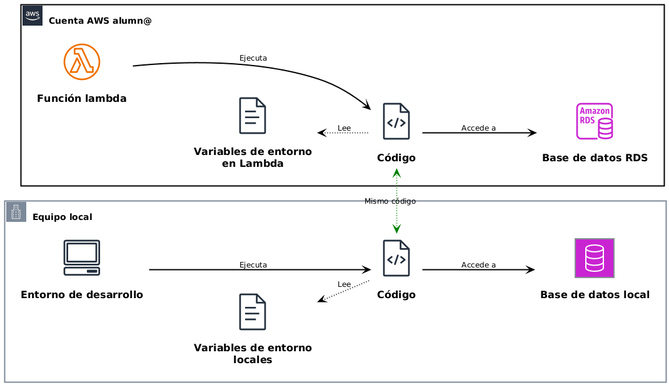
FormacionCloud/practicas-asan keeps this PlantUML diagram as 06-lambda/imagenes/00-arquitectura.png. Above is the earlier version.
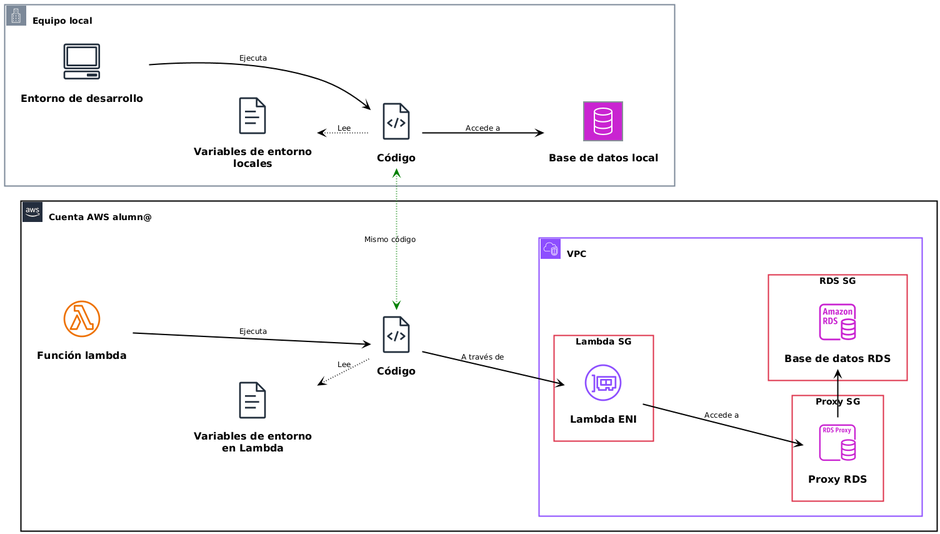
The same file after the commit.

Commit message:
6 lambda actualización diagrama

What changed in the source:
```diff
@@ -4,14 +4,17 @@
 !include AWSPuml/AWSSimplified.puml
 !include AWSPuml/General/Client.puml
 !include AWSPuml/Compute/LambdaLambdaFunction.puml
-!include AWSPuml/Database/DynamoDB.puml
 !include AWSPuml/Database/Database.puml
+!include AWSPuml/Database/RDSProxyInstance.puml
 !include AWSPuml/Database/AuroraAmazonRDSInstance.puml
 !include AWSPuml/Groups/Generic.puml
 !include AWSPuml/Groups/CorporateDataCenter.puml
 !include AWSPuml/Groups/AWSCloud.puml
+!include AWSPuml/Groups/SecurityGroup.puml
+!include AWSPuml/Groups/VPC.puml
 !include AWSPuml/General/SourceCode.puml
 !include AWSPuml/General/Document.puml
+!include AWSPuml/NetworkingContentDelivery/VPCElasticNetworkInterface.puml
 
 left to right direction
 
@@ -28,10 +31,22 @@
 AWSCloudGroup(cloud,"Cuenta AWS alumn@") {
   Document(envvars2, "Variables de entorno en Lambda", "")
   LambdaLambdaFunction(lambda, "Función lambda", "")
-  AuroraAmazonRDSInstance(dbrds, "Base de datos RDS", "")
+  VPCGroup(vpc, "VPC") {
+    SecurityGroupGroup(lambdaENIsg, "Lambda SG") {
+      VPCElasticNetworkInterface(lambdaENI, "Lambda ENI", "")
+    }
+    SecurityGroupGroup(proxysg, "Proxy SG") {
+      RDSProxyInstance(proxyRDS, "Proxy RDS", "")
+    }
+    SecurityGroupGroup(rdssg, "RDS SG") {
+      AuroraAmazonRDSInstance(dbrds, "Base de datos RDS", "")
+    }
+  }
   SourceCode(code2, "Código", "")
   lambda ---> code2 : "Ejecuta"
-  code2 ---> dbrds : "Accede a"
+  code2 ---> lambdaENI : "A través de"
+  lambdaENI ---> proxyRDS : "Accede a"
+  proxyRDS -> dbrds : ""
   envvars2 <-[dotted]- code2 : "Lee"
 }
 
```
